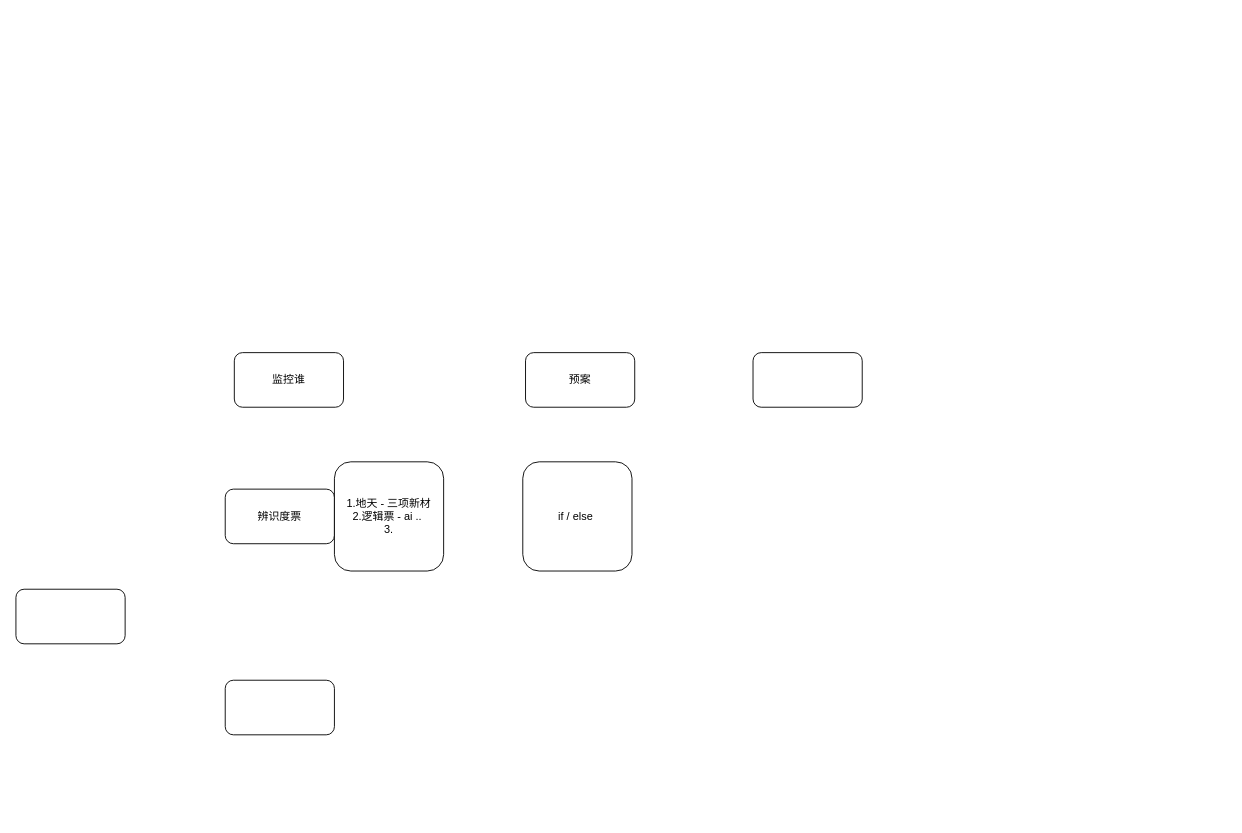
Asamiyaa/microservice-k8s-yun keeps this draw.io diagram as menus/信息加工处理提取图.drawio. Above is the earlier version. Source tidied: cells renumbered, new cells numbered last; positions are measured from the earlier drawing's top-left corner, leaving out a move shared by most shapes. Both pictures are drawn from the tidied source at 91%, with x=0, y=0 at pixel (15, 352).
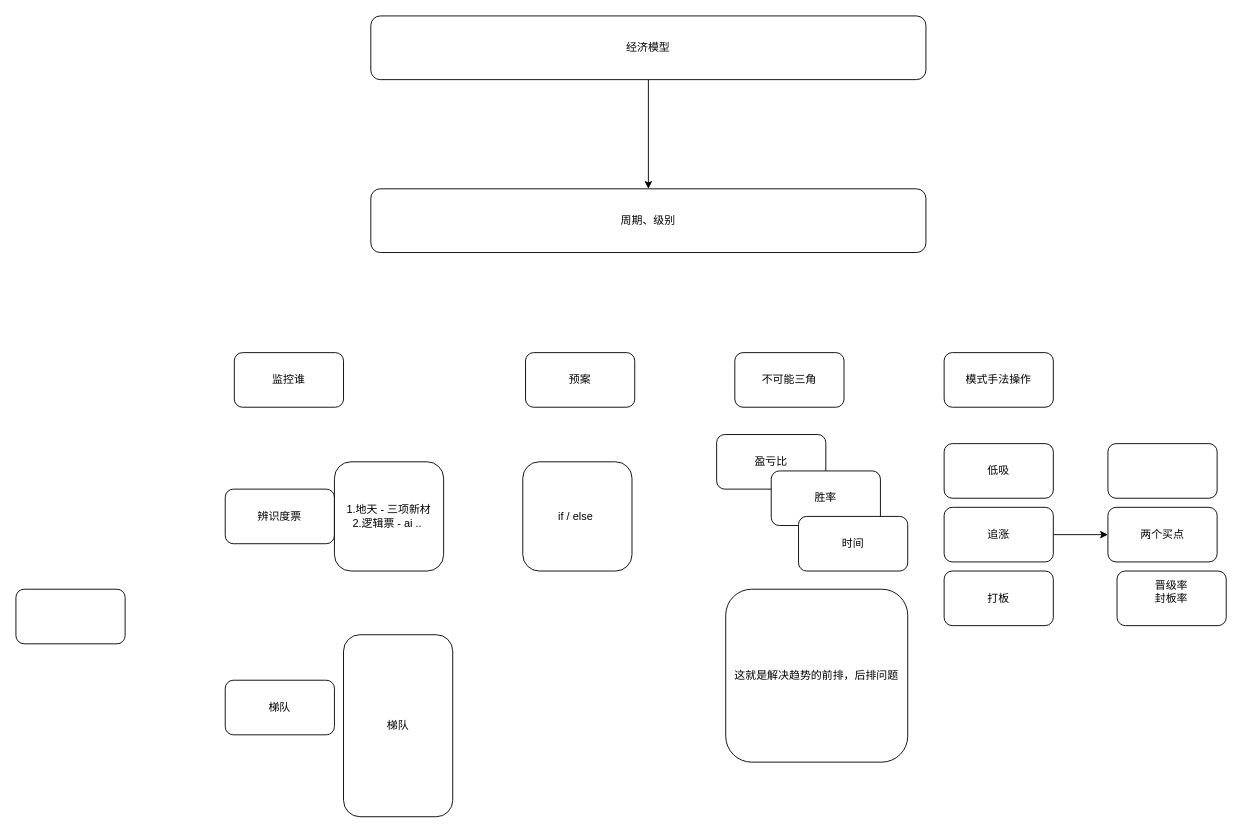
The same page after the edit.

Commit message (it also covers changes not shown here):
更新信息加工处理提取图.drawio

The edit, as a diff of the source:
```diff
@@
-    <mxCell id="4" style="rounded=1;whiteSpace=wrap;html=1;" parent="1" vertex="1">
+    <mxCell id="4" value="梯队" style="rounded=1;whiteSpace=wrap;html=1;" parent="1" vertex="1">
       <mxGeometry x="230" y="360" width="120" height="60" as="geometry" />
     </mxCell>
-    <mxCell id="5" value="1.地天 - 三项新材&lt;div&gt;2.逻辑票 - ai ..&amp;nbsp;&lt;/div&gt;&lt;div&gt;3.&lt;/div&gt;" style="rounded=1;whiteSpace=wrap;html=1;" parent="1" vertex="1">
+    <mxCell id="5" value="1.地天 - 三项新材&lt;div&gt;2.逻辑票 - ai ..&amp;nbsp;&lt;/div&gt;" style="rounded=1;whiteSpace=wrap;html=1;" parent="1" vertex="1">
       <mxGeometry x="350" y="120" width="120" height="120" as="geometry" />
     </mxCell>
@@
-    <mxCell id="9" style="rounded=1;whiteSpace=wrap;html=1;" parent="1" vertex="1">
-      <mxGeometry x="810" width="120" height="60" as="geometry" />
+    <mxCell id="9" value="不可能三角" style="rounded=1;whiteSpace=wrap;html=1;" parent="1" vertex="1">
+      <mxGeometry x="790" width="120" height="60" as="geometry" />
     </mxCell>
+    <mxCell id="10" value="模式手法操作" style="rounded=1;whiteSpace=wrap;html=1;" parent="1" vertex="1">
+      <mxGeometry x="1020" width="120" height="60" as="geometry" />
+    </mxCell>
+    <mxCell id="11" value="低吸" style="rounded=1;whiteSpace=wrap;html=1;" parent="1" vertex="1">
+      <mxGeometry x="1020" y="100" width="120" height="60" as="geometry" />
+    </mxCell>
+    <mxCell id="12" style="edgeStyle=orthogonalEdgeStyle;rounded=0;jettySize=auto;html=1;" parent="1" edge="1" source="13" target="15">
+      <mxGeometry relative="1" as="geometry" />
+    </mxCell>
+    <mxCell id="13" value="追涨" style="rounded=1;whiteSpace=wrap;html=1;" parent="1" vertex="1">
+      <mxGeometry x="1020" y="170" width="120" height="60" as="geometry" />
+    </mxCell>
+    <mxCell id="14" value="打板" style="rounded=1;whiteSpace=wrap;html=1;" parent="1" vertex="1">
+      <mxGeometry x="1020" y="240" width="120" height="60" as="geometry" />
+    </mxCell>
+    <mxCell id="15" value="两个买点" style="rounded=1;whiteSpace=wrap;html=1;" parent="1" vertex="1">
+      <mxGeometry x="1200" y="170" width="120" height="60" as="geometry" />
+    </mxCell>
+    <mxCell id="16" style="rounded=1;whiteSpace=wrap;html=1;" parent="1" vertex="1">
+      <mxGeometry x="1200" y="100" width="120" height="60" as="geometry" />
+    </mxCell>
+    <mxCell id="17" value="晋级率&lt;div&gt;封板率&lt;/div&gt;&lt;div&gt;&lt;br&gt;&lt;/div&gt;" style="rounded=1;whiteSpace=wrap;html=1;" parent="1" vertex="1">
+      <mxGeometry x="1210" y="240" width="120" height="60" as="geometry" />
+    </mxCell>
+    <mxCell id="18" value="盈亏比" style="rounded=1;whiteSpace=wrap;html=1;" parent="1" vertex="1">
+      <mxGeometry x="770" y="90" width="120" height="60" as="geometry" />
+    </mxCell>
+    <mxCell id="19" value="胜率" style="rounded=1;whiteSpace=wrap;html=1;" parent="1" vertex="1">
+      <mxGeometry x="830" y="130" width="120" height="60" as="geometry" />
+    </mxCell>
+    <mxCell id="20" value="时间" style="rounded=1;whiteSpace=wrap;html=1;" parent="1" vertex="1">
+      <mxGeometry x="860" y="180" width="120" height="60" as="geometry" />
+    </mxCell>
+    <mxCell id="21" value="周期、级别" style="rounded=1;whiteSpace=wrap;html=1;" parent="1" vertex="1">
+      <mxGeometry x="390" y="-180" width="610" height="70" as="geometry" />
+    </mxCell>
+    <mxCell id="22" value="梯队" style="rounded=1;whiteSpace=wrap;html=1;" parent="1" vertex="1">
+      <mxGeometry x="360" y="310" width="120" height="200" as="geometry" />
+    </mxCell>
+    <mxCell id="23" style="edgeStyle=orthogonalEdgeStyle;rounded=0;jettySize=auto;html=1;exitX=0.5;exitY=1;exitDx=0;exitDy=0;entryX=0.5;entryY=0;entryDx=0;entryDy=0;" parent="1" edge="1" source="24" target="21">
+      <mxGeometry relative="1" as="geometry" />
+    </mxCell>
+    <mxCell id="24" value="经济模型" style="rounded=1;whiteSpace=wrap;html=1;" parent="1" vertex="1">
+      <mxGeometry x="390" y="-370" width="610" height="70" as="geometry" />
+    </mxCell>
+    <mxCell id="25" value="这就是解决趋势的前排，后排问题" style="rounded=1;whiteSpace=wrap;html=1;" parent="1" vertex="1">
+      <mxGeometry x="780" y="260" width="200" height="190" as="geometry" />
+    </mxCell>
```
